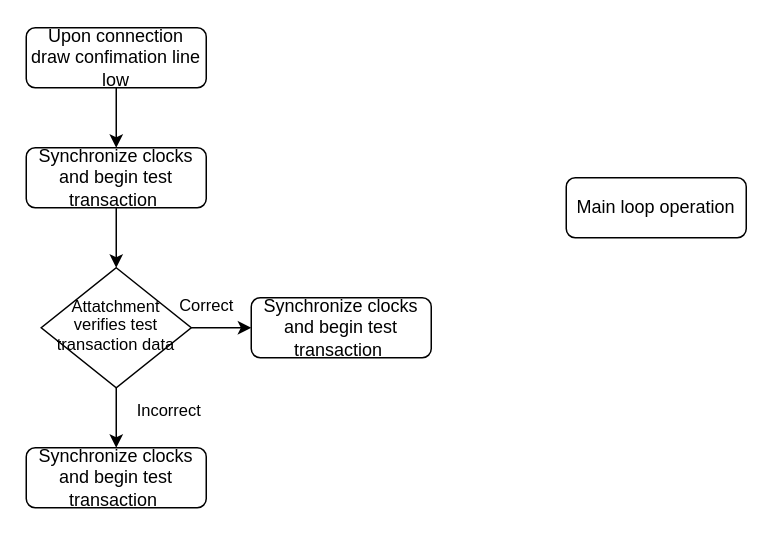
Earlier version of the draw.io diagram test.dio (Kyle-912/HDL). Source tidied: cells renumbered, new cells numbered last; positions are measured from the earlier drawing's top-left corner, leaving out a move shared by most shapes. Both pictures are drawn from the tidied source at 150%, with x=0, y=0 at pixel (26, 27).
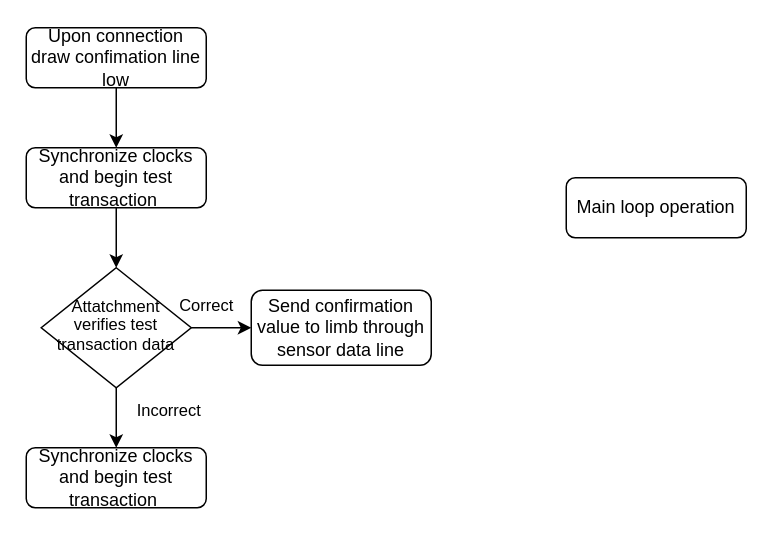
The same page after the edit.

The edit, as a diff of the source:
```diff
@@
 <mxGraphModel>
   <root>
     <mxCell id="0" />
     <mxCell id="1" parent="0" />
     <mxCell id="2" value="Main loop operation" style="rounded=1;whiteSpace=wrap;html=1;fontSize=12;glass=0;strokeWidth=1;shadow=0;" parent="1" vertex="1">
       <mxGeometry x="360" y="100" width="120" height="40" as="geometry" />
     </mxCell>
     <mxCell id="3" style="edgeStyle=none;html=1;exitX=0.5;exitY=1;exitDx=0;exitDy=0;entryX=0.5;entryY=0;entryDx=0;entryDy=0;fontSize=11;" parent="1" edge="1" source="4" target="6">
       <mxGeometry relative="1" as="geometry" />
     </mxCell>
     <mxCell id="4" value="Upon connection draw confimation line low" style="rounded=1;whiteSpace=wrap;html=1;fontSize=12;glass=0;strokeWidth=1;shadow=0;" parent="1" vertex="1">
       <mxGeometry width="120" height="40" as="geometry" />
     </mxCell>
     <mxCell id="5" style="edgeStyle=none;html=1;exitX=0.5;exitY=1;exitDx=0;exitDy=0;entryX=0.5;entryY=0;entryDx=0;entryDy=0;fontSize=11;" parent="1" edge="1" source="6" target="9">
       <mxGeometry relative="1" as="geometry" />
     </mxCell>
     <mxCell id="6" value="Synchronize clocks and begin test transaction&amp;nbsp;" style="rounded=1;whiteSpace=wrap;html=1;fontSize=12;glass=0;strokeWidth=1;shadow=0;" parent="1" vertex="1">
       <mxGeometry y="80" width="120" height="40" as="geometry" />
     </mxCell>
     <mxCell id="7" style="edgeStyle=none;html=1;exitX=1;exitY=0.5;exitDx=0;exitDy=0;entryX=0;entryY=0.5;entryDx=0;entryDy=0;fontSize=11;" parent="1" edge="1" source="9" target="11">
       <mxGeometry relative="1" as="geometry" />
     </mxCell>
     <mxCell id="8" style="edgeStyle=none;html=1;exitX=0.5;exitY=1;exitDx=0;exitDy=0;entryX=0.5;entryY=0;entryDx=0;entryDy=0;fontSize=11;" parent="1" edge="1" source="9" target="10">
       <mxGeometry relative="1" as="geometry" />
     </mxCell>
     <mxCell id="9" value="&lt;p style=&quot;line-height: 110%; font-size: 11px;&quot;&gt;&lt;font style=&quot;font-size: 11px;&quot;&gt;Attatchment verifies test transaction&amp;nbsp;&lt;/font&gt;&lt;span style=&quot;background-color: initial;&quot;&gt;data&lt;/span&gt;&lt;/p&gt;" style="rhombus;whiteSpace=wrap;html=1;shadow=0;fontFamily=Helvetica;fontSize=12;align=center;strokeWidth=1;spacing=6;spacingTop=-4;" parent="1" vertex="1">
       <mxGeometry x="10" y="160" width="100" height="80" as="geometry" />
     </mxCell>
     <mxCell id="10" value="Synchronize clocks and begin test transaction&amp;nbsp;" style="rounded=1;whiteSpace=wrap;html=1;fontSize=12;glass=0;strokeWidth=1;shadow=0;" parent="1" vertex="1">
       <mxGeometry y="280" width="120" height="40" as="geometry" />
     </mxCell>
-    <mxCell id="11" value="Synchronize clocks and begin test transaction&amp;nbsp;" style="rounded=1;whiteSpace=wrap;html=1;fontSize=12;glass=0;strokeWidth=1;shadow=0;" parent="1" vertex="1">
-      <mxGeometry x="150" y="180" width="120" height="40" as="geometry" />
+    <mxCell id="11" value="Send confirmation value to limb through sensor data line" style="rounded=1;whiteSpace=wrap;html=1;fontSize=12;glass=0;strokeWidth=1;shadow=0;" parent="1" vertex="1">
+      <mxGeometry x="150" y="175" width="120" height="50" as="geometry" />
     </mxCell>
     <mxCell id="12" value="Correct" style="text;html=1;align=center;verticalAlign=middle;strokeColor=none;fillColor=none;fontSize=11;" parent="1" vertex="1">
       <mxGeometry x="90" y="170" width="60" height="30" as="geometry" />
     </mxCell>
     <mxCell id="13" value="Incorrect" style="text;html=1;align=center;verticalAlign=middle;strokeColor=none;fillColor=none;fontSize=11;" parent="1" vertex="1">
       <mxGeometry x="60" y="240" width="70" height="30" as="geometry" />
     </mxCell>
   </root>
 </mxGraphModel>
```
